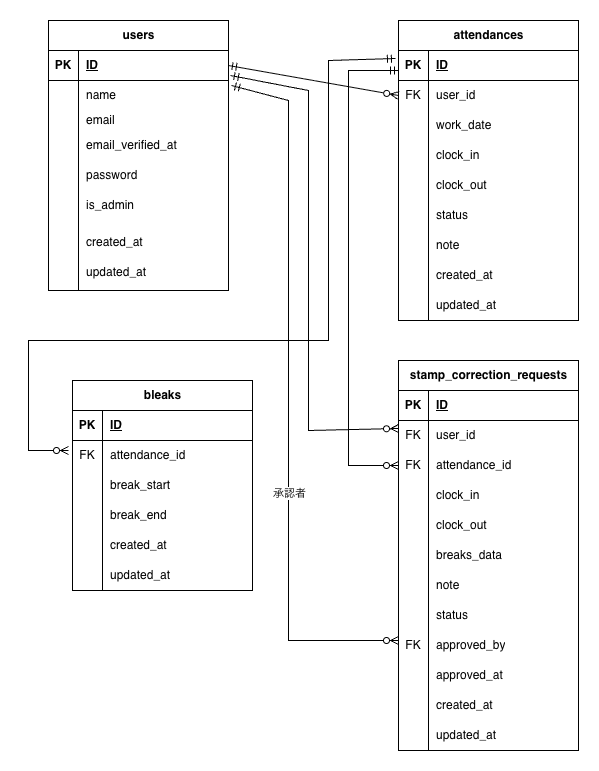
The draw.io diagram docs/er-diagram.png in shiroyama373/attendance-app, before a commit. Source tidied: cells renumbered, new cells last; positions are measured from the earlier drawing's top-left corner, leaving out a move shared by most shapes.
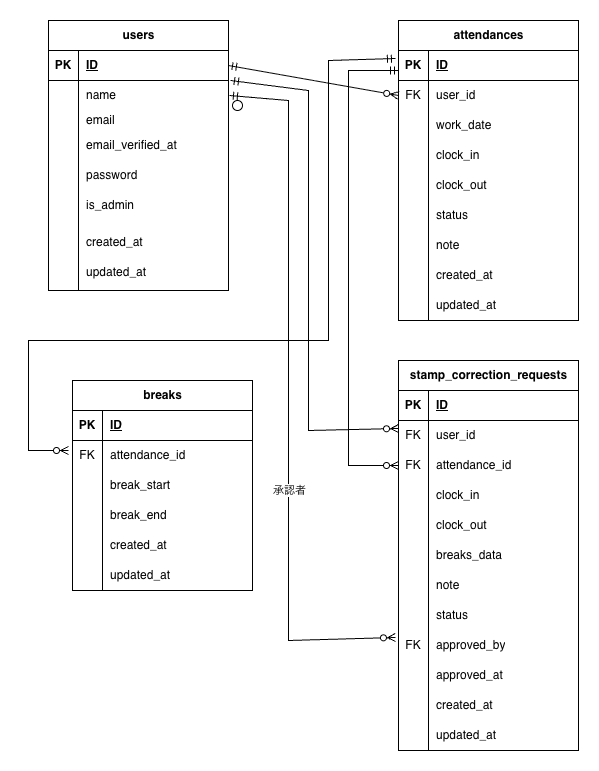
Later version of the same file.

Commit message:
fix: ER図のテーブル名とカーディナリティを修正

Diff of the diagram source:
```diff
@@ -161,7 +161,7 @@
     <mxCell id="54" value="updated_at" style="shape=partialRectangle;fillColor=none;top=0;left=0;bottom=0;right=0;align=left;spacingLeft=6;overflow=hidden;whiteSpace=wrap;html=1;" parent="52" vertex="1">
       <mxGeometry x="30" width="150" height="30" as="geometry" />
     </mxCell>
-    <mxCell id="55" value="bleaks" style="shape=table;startSize=30;rowLines=0;fontStyle=1;align=center;html=1;" parent="1" vertex="1">
+    <mxCell id="55" value="breaks" style="shape=table;startSize=30;rowLines=0;fontStyle=1;align=center;html=1;" parent="1" vertex="1">
       <mxGeometry x="44" y="360" width="180" height="210" as="geometry" />
     </mxCell>
     <mxCell id="56" style="shape=tableRow;horizontal=0;startSize=0;swimlaneHead=0;swimlaneBody=0;fillColor=none;top=0;left=0;right=0;bottom=1;" parent="55" vertex="1">
@@ -337,8 +337,9 @@
         <mxPoint x="144" y="360" as="sourcePoint" />
       </mxGeometry>
     </mxCell>
-    <mxCell id="113" style="fontSize=12;html=1;endArrow=ERzeroToMany;startArrow=ERmandOne;rounded=0;exitX=1.011;exitY=0.833;exitDx=0;exitDy=0;exitPerimeter=0;" parent="1" edge="1" source="3">
+    <mxCell id="113" style="fontSize=12;html=1;endArrow=ERzeroToMany;startArrow=ERmandOne;rounded=0;" parent="1" edge="1">
       <mxGeometry relative="1" as="geometry">
+        <mxPoint x="202" y="60" as="sourcePoint" />
         <mxPoint x="370" y="408" as="targetPoint" />
         <Array as="points">
           <mxPoint x="280" y="70" />
@@ -367,9 +368,9 @@
         </Array>
       </mxGeometry>
     </mxCell>
-    <mxCell id="116" style="fontSize=12;html=1;endArrow=ERzeroToMany;startArrow=ERmandOne;rounded=0;exitX=1.017;exitY=0.167;exitDx=0;exitDy=0;exitPerimeter=0;" parent="1" edge="1" source="6">
+    <mxCell id="116" style="fontSize=12;html=1;endArrow=ERzeroToMany;startArrow=ERmandOne;rounded=0;entryX=-0.017;entryY=0.233;entryDx=0;entryDy=0;entryPerimeter=0;" parent="1" edge="1" target="99">
       <mxGeometry relative="1" as="geometry">
-        <mxPoint x="370" y="620" as="targetPoint" />
+        <mxPoint x="201" y="75" as="sourcePoint" />
         <Array as="points">
           <mxPoint x="260" y="80" />
           <mxPoint x="260" y="240" />
@@ -381,5 +382,8 @@
     <mxCell id="117" value="承認者" style="edgeLabel;html=1;align=center;verticalAlign=middle;" parent="116" vertex="1">
       <mxGeometry x="0.27" relative="1" as="geometry" />
     </mxCell>
+    <mxCell id="118" style="ellipse;whiteSpace=wrap;html=1;" parent="1" vertex="1">
+      <mxGeometry x="204" y="80" width="10" height="10" as="geometry" />
+    </mxCell>
   </root>
 </mxGraphModel>
```
